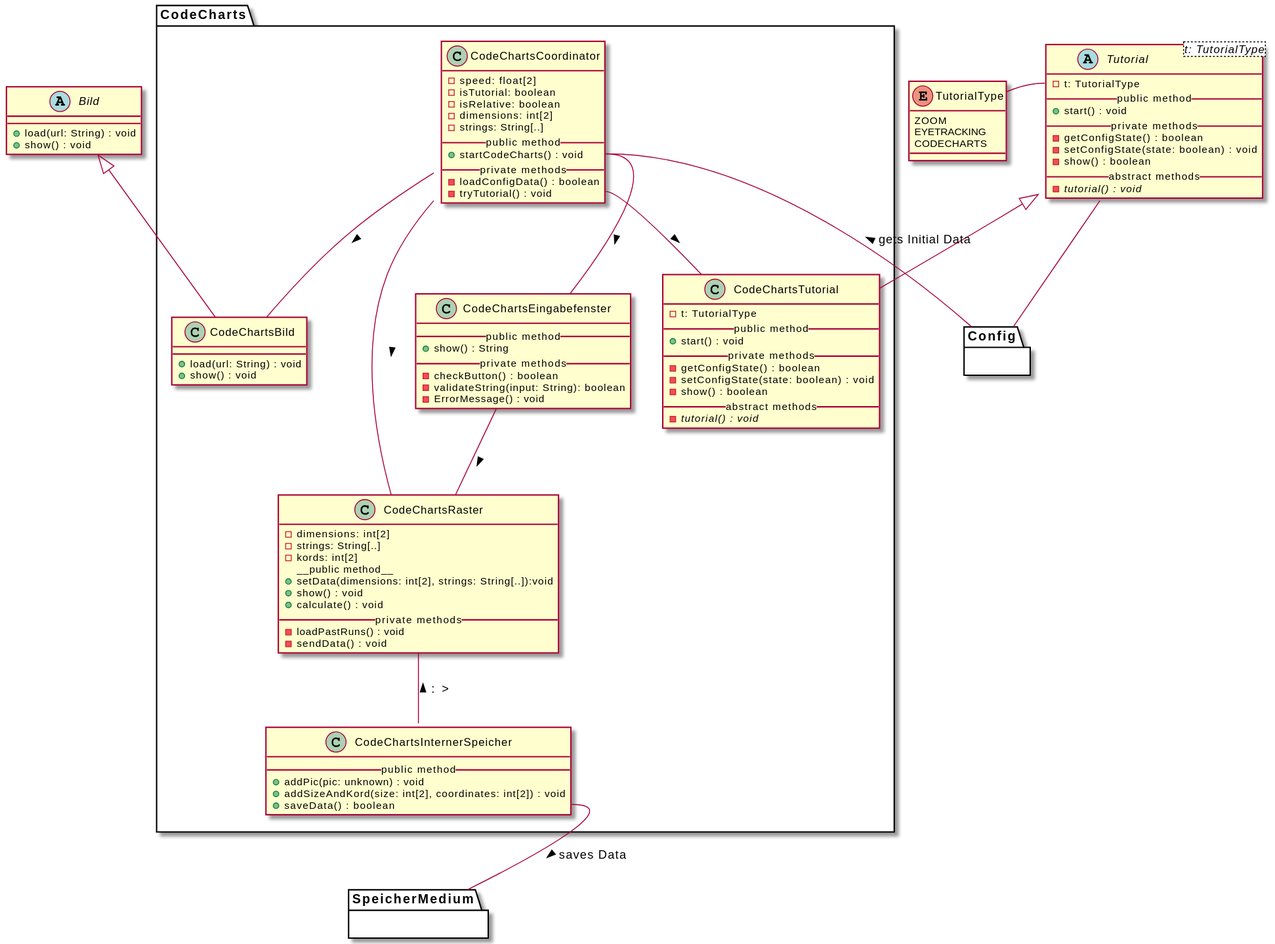
Earlier version of the PlantUML export meilenstein_03/uml-code_charts/uml-code_charts.svg (weichware10/meilensteine).
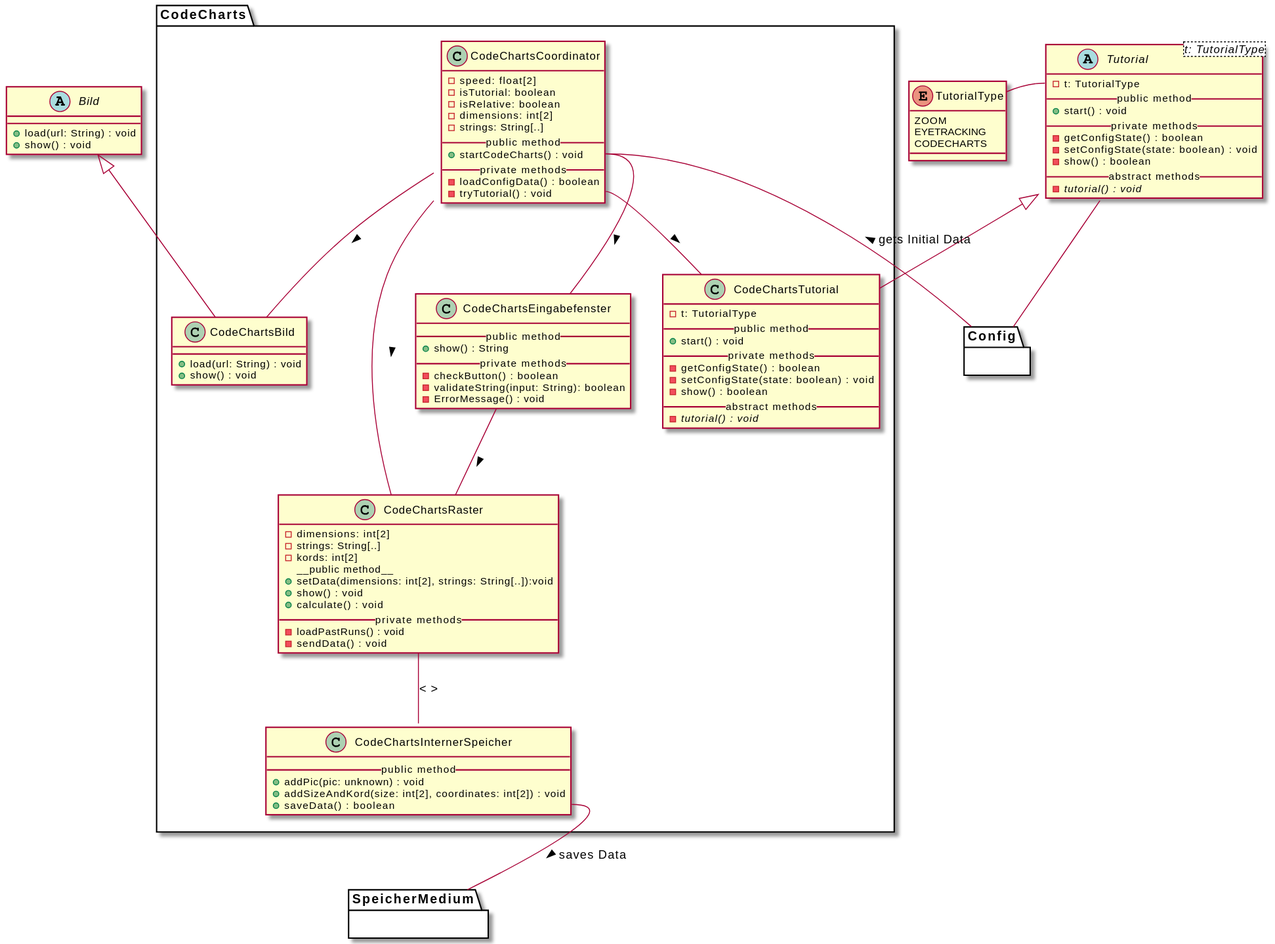
After the change.

Commit message:
Render PlantUML SVGs

Change to the diagram source:
```diff
@@ -98,7 +98,7 @@
     CodeChartsCoordinator -- CodeChartsRaster : >
     CodeChartsCoordinator::startCodeCharts -- CodeChartsEingabefenster : >
     CodeChartsCoordinator::tryTutorial -- CodeChartsTutorial : >
-    CodeChartsRaster -- CodeChartsInternerSpeicher : < : >
+    CodeChartsRaster -- CodeChartsInternerSpeicher : <>
     CodeChartsEingabefenster -- CodeChartsRaster : >
 
 
```
